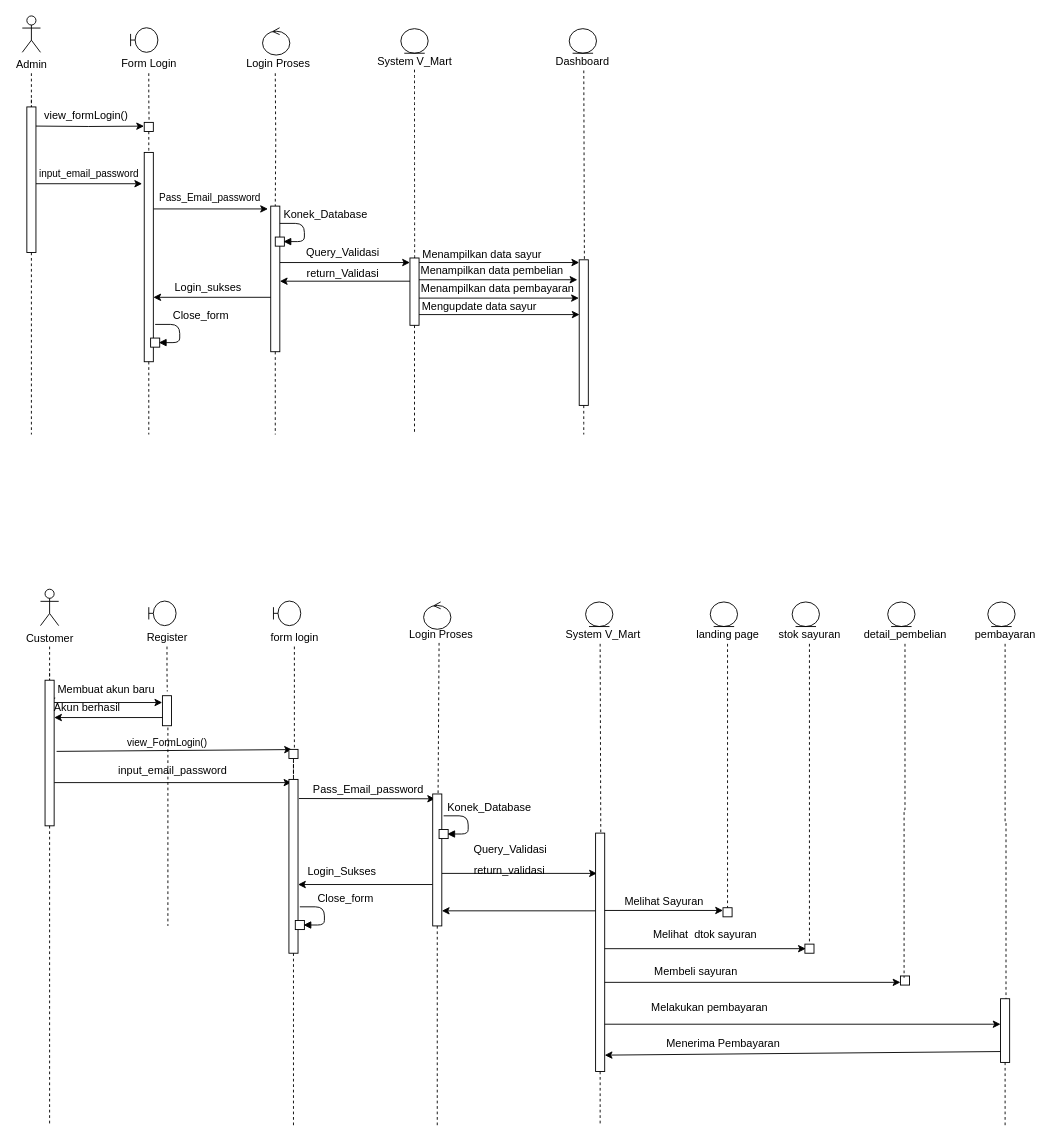
The draw.io diagram page "sequence_vmart" (6 of 11) of File_Proyek3/diagram v_mart.drawio in aldinurhanudin/Vmart_API, before the edit. Source tidied: cells renumbered, new cells numbered last; positions are measured from the earlier drawing's top-left corner, leaving out a move shared by most shapes. Both pictures are drawn from the tidied source at 91%, with x=0, y=0 at pixel (22, 15).
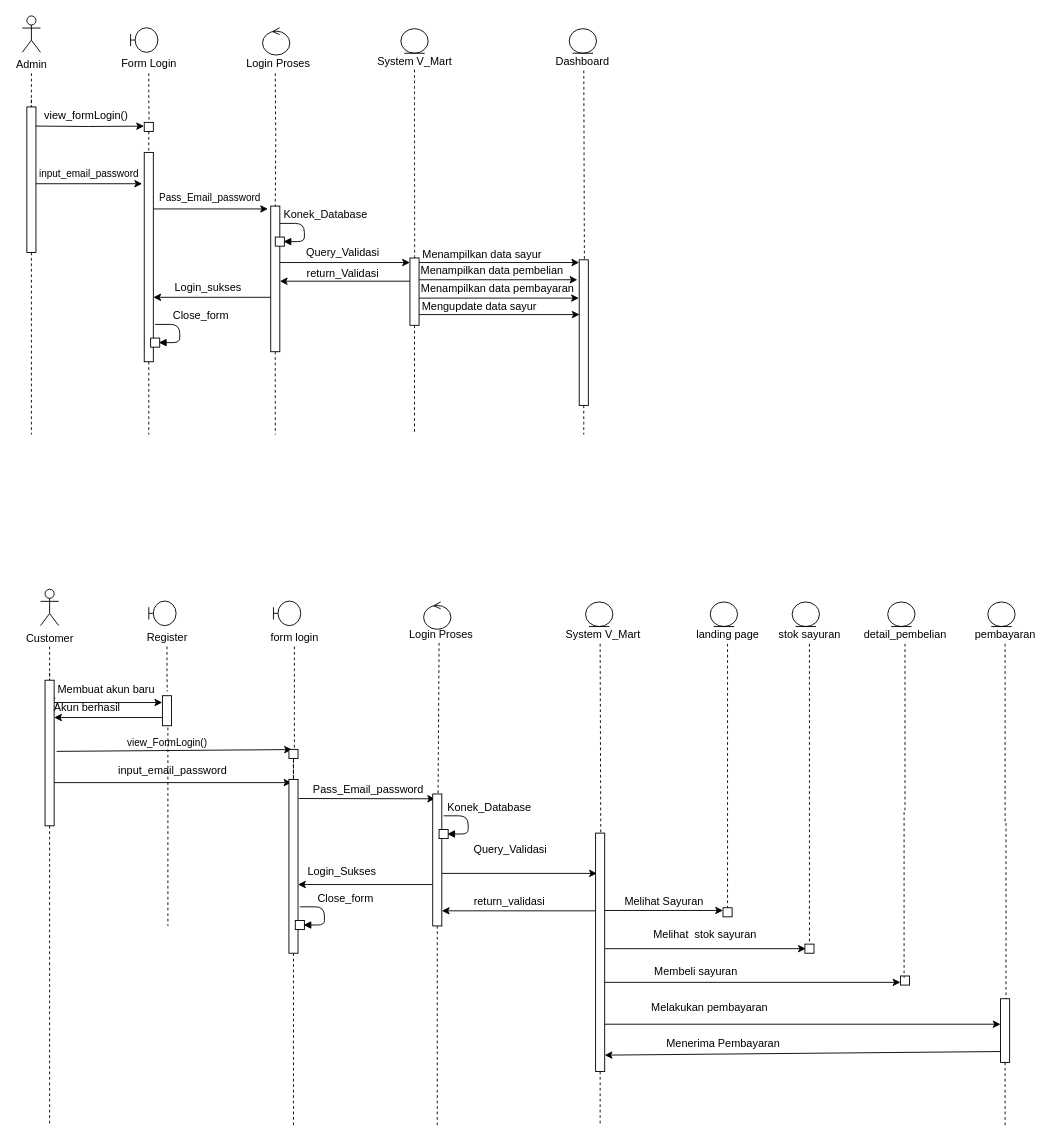
Above is the later version.

The change refers to these unchanged cells:
```xml
<mxCell id="50" style="group;" parent="1" vertex="1">
  <mxGeometry x="20" y="630" width="1100" height="530" as="geometry" />
</mxCell>
```

What changed in the source:
```diff
@@
     <mxCell id="96" value="return_validasi" style="text;html=1;align=center;verticalAlign=middle;" parent="50" vertex="1">
-      <mxGeometry x="470" y="299" width="90" height="20" as="geometry" />
+      <mxGeometry x="470" y="334" width="90" height="20" as="geometry" />
     </mxCell>
@@
-    <mxCell id="118" value="Melihat&amp;nbsp; dtok sayuran" style="text;html=1;align=center;verticalAlign=middle;" parent="50" vertex="1">
+    <mxCell id="118" value="Melihat&amp;nbsp; stok sayuran" style="text;html=1;align=center;verticalAlign=middle;" parent="50" vertex="1">
       <mxGeometry x="665" y="370" width="130" height="20" as="geometry" />
     </mxCell>
```
